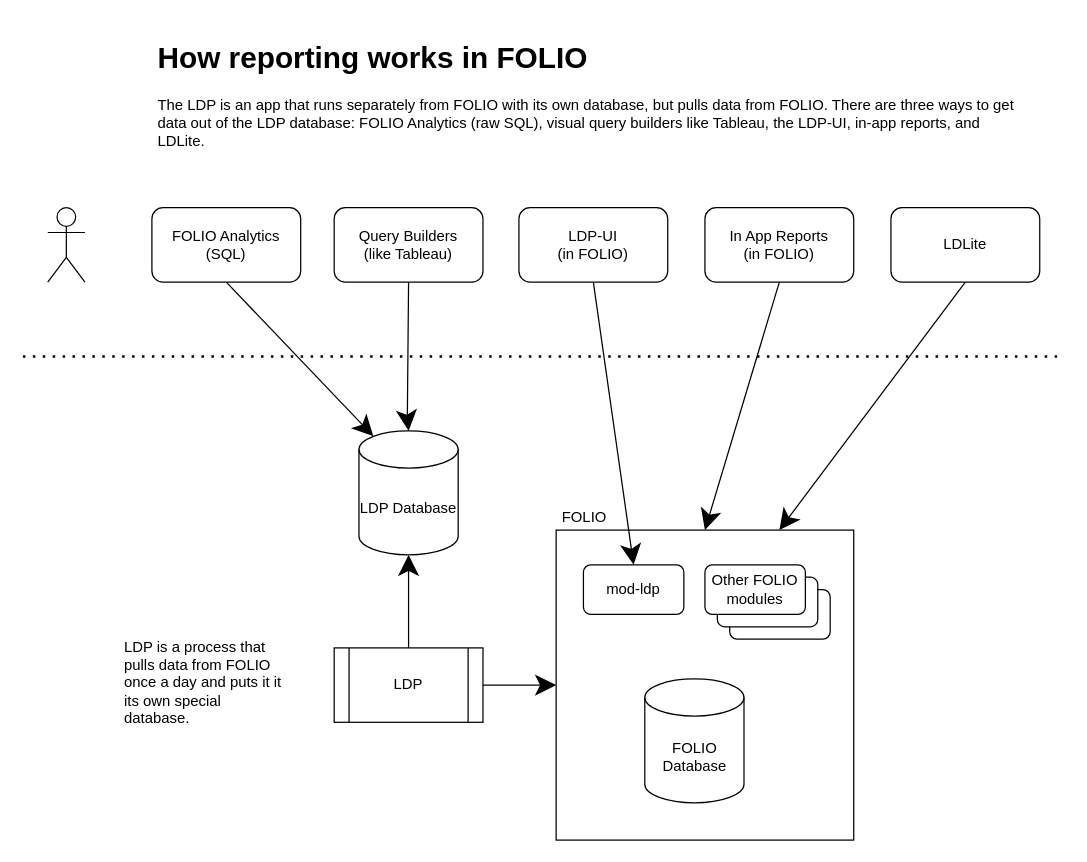
culibraries/library-reporting keeps this draw.io diagram as how-the-ldp-works.drawio. Above is the earlier version. Source tidied: cells renumbered, new cells numbered last; positions are measured from the earlier drawing's top-left corner, leaving out a move shared by most shapes. Both pictures are drawn from the tidied source at 124%, with x=0, y=0 at pixel (22, 33).
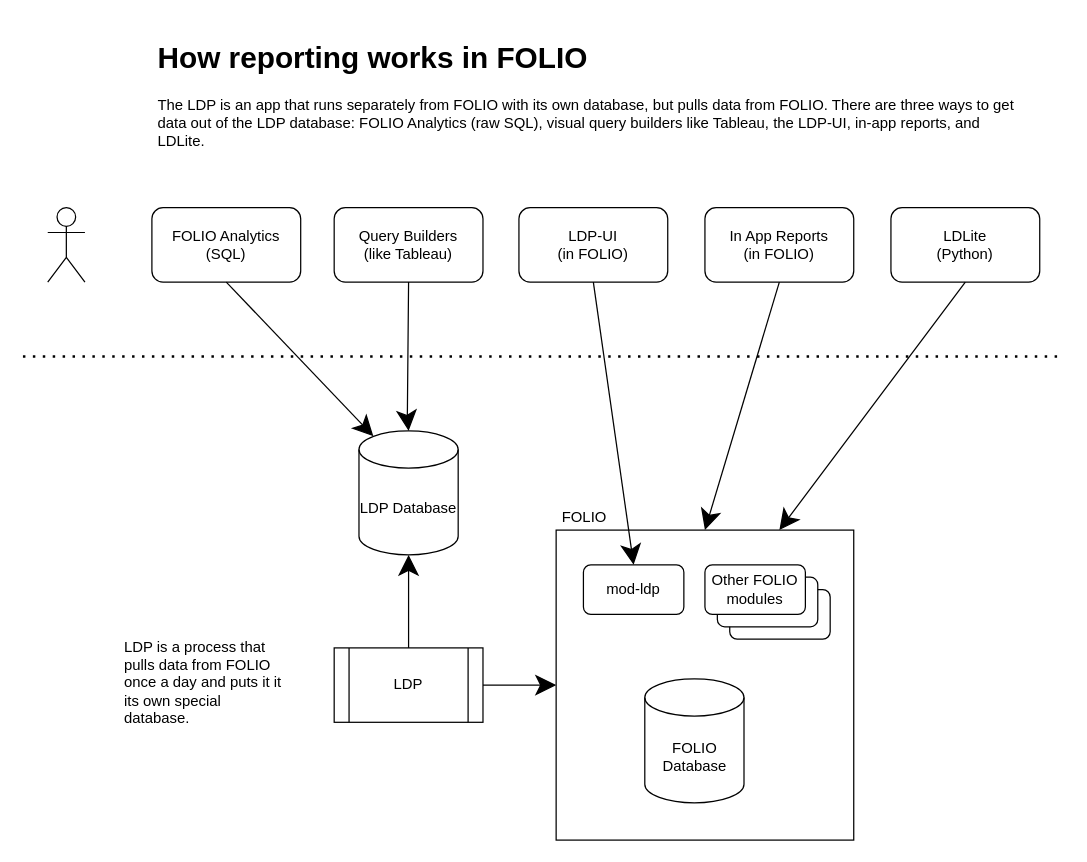
After the change.

Commit message:
Typos and wording changes

What changed in the source:
```diff
@@
-    <mxCell id="21" value="LDLite" style="rounded=1;whiteSpace=wrap;html=1;hachureGap=4;" parent="1" vertex="1">
+    <mxCell id="21" value="LDLite&lt;br&gt;(Python)" style="rounded=1;whiteSpace=wrap;html=1;hachureGap=4;" parent="1" vertex="1">
       <mxGeometry x="700" y="140" width="120" height="60" as="geometry" />
     </mxCell>
```
